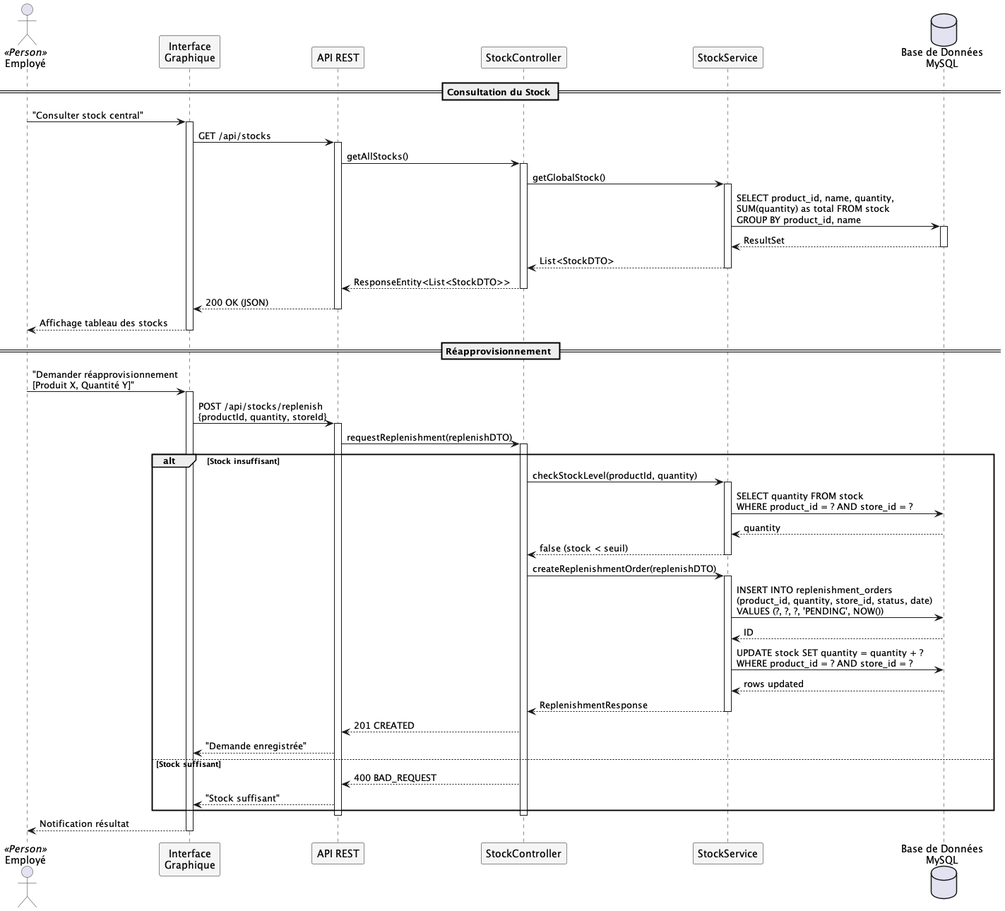
Above: out/docs_lab2/UML/RuntimeViewUC2/UC2 - Consulter le stock et réapprovisionnement.png in ErwanDerrien/GestionnaireMagasin (PlantUML), before the change.
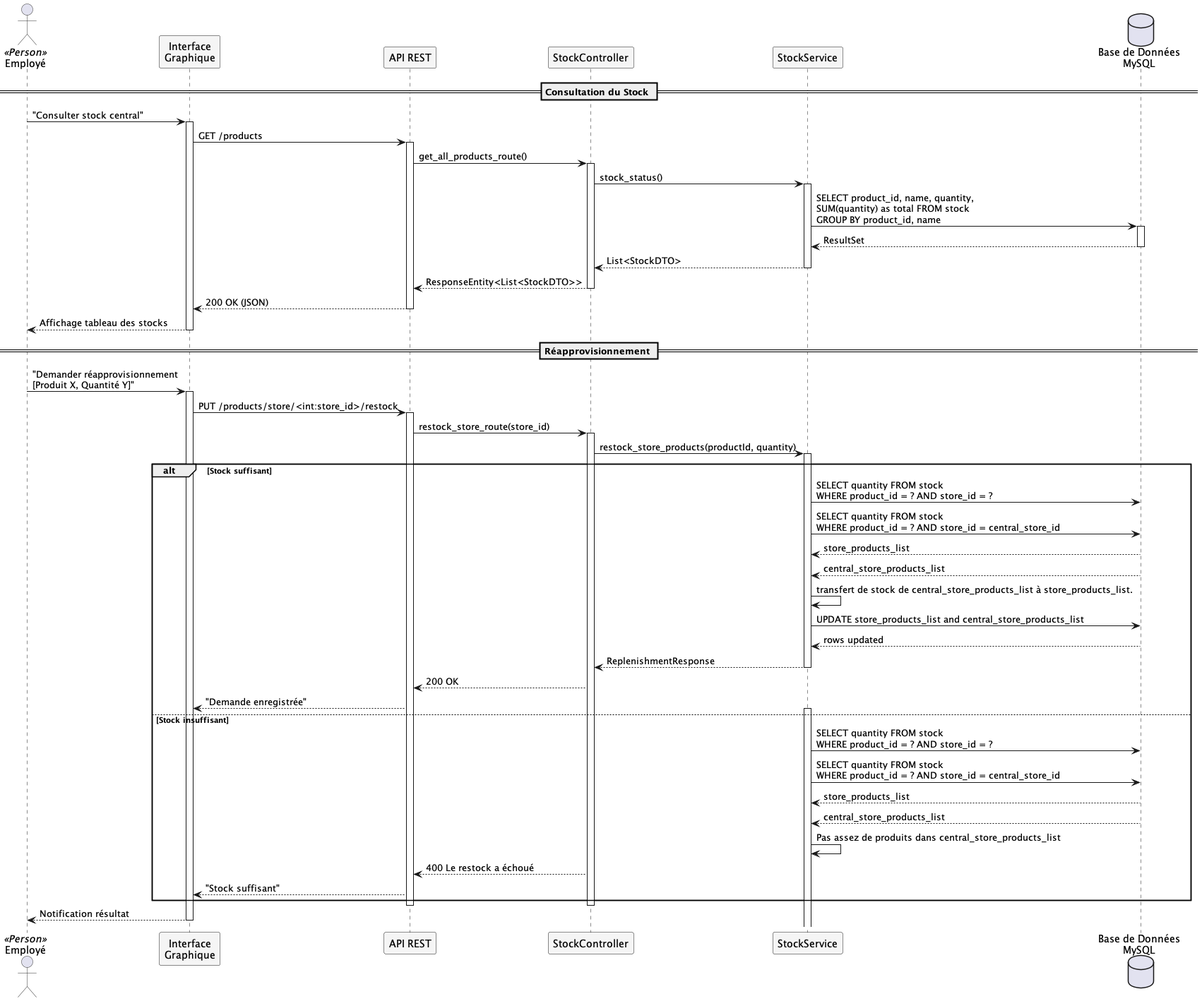
After the change.

Change to the diagram source:
```diff
@@ -18,11 +18,11 @@
 
 employe -> interface : "Consulter stock central"
 activate interface
-interface -> api : GET /api/stocks
+interface -> api : GET /products
 activate api
-api -> controller : getAllStocks()
+api -> controller : get_all_products_route()
 activate controller
-controller -> service : getGlobalStock()
+controller -> service : stock_status()
 activate service
 service -> db : SELECT product_id, name, quantity,\nSUM(quantity) as total FROM stock\nGROUP BY product_id, name
 activate db
@@ -41,33 +41,35 @@
 
 employe -> interface : "Demander réapprovisionnement\n[Produit X, Quantité Y]"
 activate interface
-interface -> api : POST /api/stocks/replenish\n{productId, quantity, storeId}
+interface -> api : PUT /products/store/<int:store_id>/restock
 activate api
-api -> controller : requestReplenishment(replenishDTO)
+api -> controller : restock_store_route(store_id)
 activate controller
+controller -> service : restock_store_products(productId, quantity)
 
-alt Stock insuffisant
-    controller -> service : checkStockLevel(productId, quantity)
-    activate service
-    service -> db : SELECT quantity FROM stock\nWHERE product_id = ? AND store_id = ?
-    db --> service : quantity
-    service --> controller : false (stock < seuil)
-    deactivate service
+alt Stock suffisant
+  activate service
+  service -> db : SELECT quantity FROM stock\nWHERE product_id = ? AND store_id = ?
+  service -> db : SELECT quantity FROM stock\nWHERE product_id = ? AND store_id = central_store_id
+  db --> service : store_products_list
+  db --> service : central_store_products_list
+  service -> service : transfert de stock de central_store_products_list à store_products_list.
+  service -> db : UPDATE store_products_list and central_store_products_list
+  db --> service : rows updated
+  service --> controller : ReplenishmentResponse
+  deactivate service
+  controller --> api : 200 OK
+  api --> interface : "Demande enregistrée"
+else Stock insuffisant
+  activate service
+  service -> db : SELECT quantity FROM stock\nWHERE product_id = ? AND store_id = ?
+  service -> db : SELECT quantity FROM stock\nWHERE product_id = ? AND store_id = central_store_id
+  db --> service : store_products_list
+  db --> service : central_store_products_list
+  service -> service : Pas assez de produits dans central_store_products_list
 
-    controller -> service : createReplenishmentOrder(replenishDTO)
-    activate service
-    service -> db : INSERT INTO replenishment_orders\n(product_id, quantity, store_id, status, date)\nVALUES (?, ?, ?, 'PENDING', NOW())
-    db --> service : ID
-    service -> db : UPDATE stock SET quantity = quantity + ?\nWHERE product_id = ? AND store_id = ?
-    db --> service : rows updated
-    service --> controller : ReplenishmentResponse
-    deactivate service
-
-    controller --> api : 201 CREATED
-    api --> interface : "Demande enregistrée"
-else Stock suffisant
-    controller --> api : 400 BAD_REQUEST
-    api --> interface : "Stock suffisant"
+  controller --> api : 400 Le restock a échoué
+  api --> interface : "Stock suffisant"
 end
 
 deactivate controller
```
